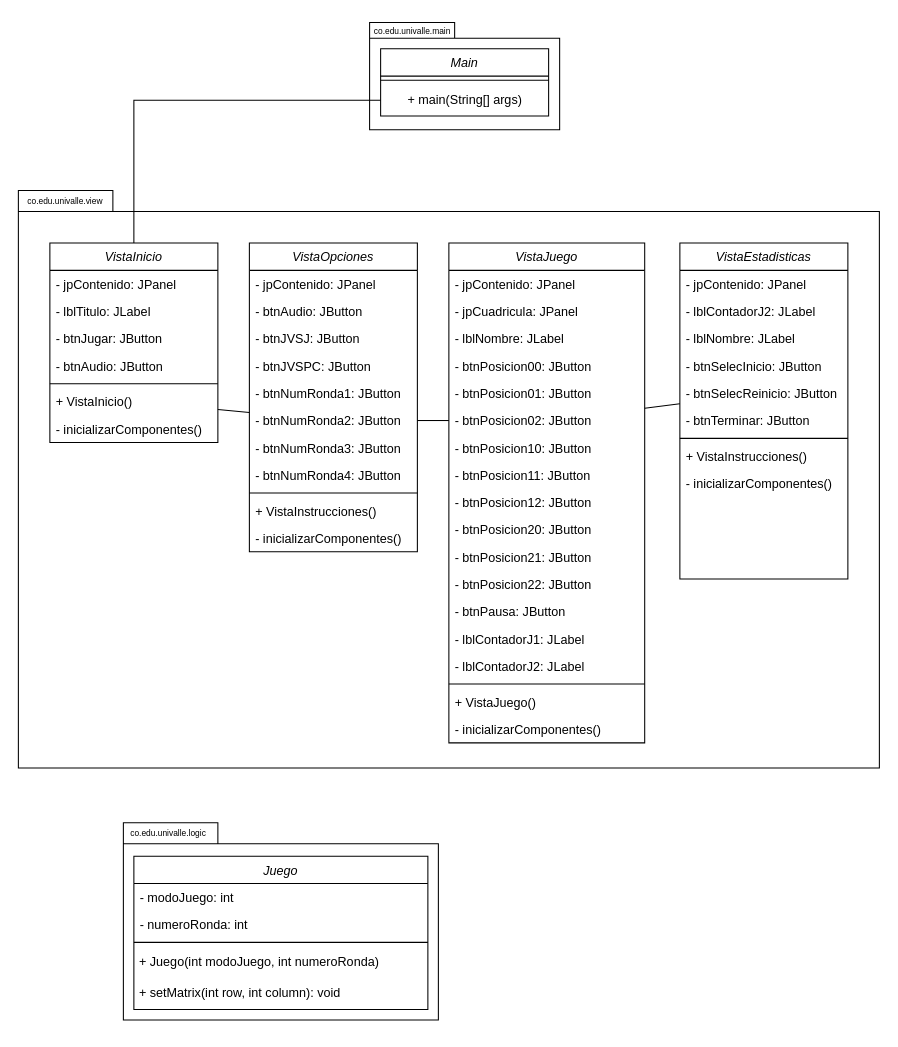
This is Class Diagram - MiniProyecto2FPOE.drawio from puyojulian/MiniProyecto2FPOE, a draw.io file, before an edit. Source tidied: cells renumbered, new cells numbered last; positions are measured from the earlier drawing's top-left corner, leaving out a move shared by most shapes. Both pictures are drawn from the tidied source at 105%, with x=0, y=0 at pixel (18, 18).
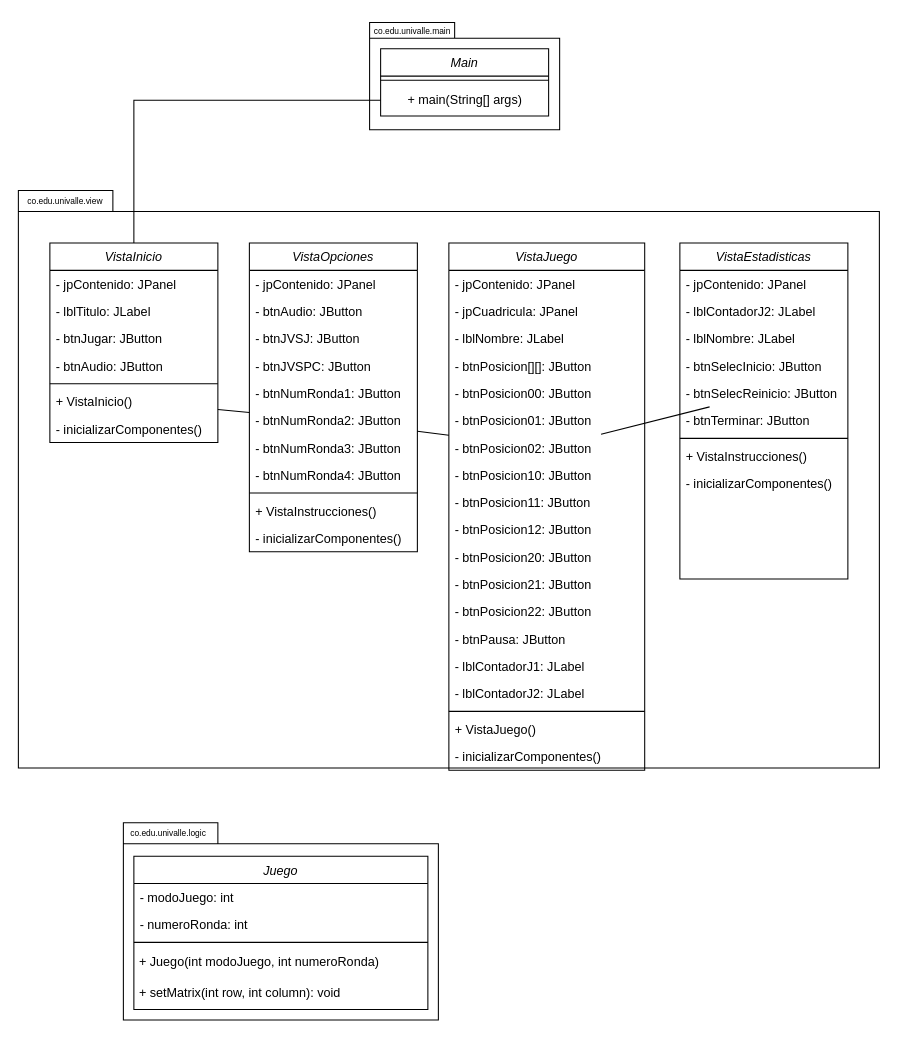
After the change.

Commit message:
Update Class Diagram - Arreglo bidimencional de botones diseñado para reemplazar los botones individuales en VistaJuego.

The edit, as a diff of the source:
```diff
@@
     <mxCell id="34" value="VistaJuego" style="swimlane;fontStyle=2;align=center;verticalAlign=top;horizontal=1;startSize=26;rounded=0;shadow=0;strokeWidth=1;" parent="1" vertex="1">
-      <mxGeometry x="410" y="214" width="186.5" height="476" as="geometry" />
+      <mxGeometry x="410" y="214" width="186.5" height="502" as="geometry" />
     </mxCell>
@@
+    <mxCell id="71" value="- btnPosicion[][]: JButton" style="text;align=left;verticalAlign=top;spacingLeft=4;spacingRight=4;overflow=hidden;rounded=0;shadow=0;html=0;" parent="34" vertex="1">
+      <mxGeometry y="104" width="186.5" height="26" as="geometry" />
+    </mxCell>
     <mxCell id="38" value="- btnPosicion00: JButton" style="text;align=left;verticalAlign=top;spacingLeft=4;spacingRight=4;overflow=hidden;rounded=0;shadow=0;html=0;" parent="34" vertex="1">
-      <mxGeometry y="104" width="186.5" height="26" as="geometry" />
+      <mxGeometry y="130" width="186.5" height="26" as="geometry" />
     </mxCell>
     <mxCell id="39" value="- btnPosicion01: JButton" style="text;align=left;verticalAlign=top;spacingLeft=4;spacingRight=4;overflow=hidden;rounded=0;shadow=0;html=0;" parent="34" vertex="1">
-      <mxGeometry y="130" width="186.5" height="26" as="geometry" />
+      <mxGeometry y="156" width="186.5" height="26" as="geometry" />
     </mxCell>
     <mxCell id="40" value="- btnPosicion02: JButton" style="text;align=left;verticalAlign=top;spacingLeft=4;spacingRight=4;overflow=hidden;points=[[0,0.5],[1,0.5]];portConstraint=eastwest;rounded=0;shadow=0;html=0;" parent="34" vertex="1">
-      <mxGeometry y="156" width="186.5" height="26" as="geometry" />
+      <mxGeometry y="182" width="186.5" height="26" as="geometry" />
     </mxCell>
     <mxCell id="41" value="- btnPosicion10: JButton" style="text;align=left;verticalAlign=top;spacingLeft=4;spacingRight=4;overflow=hidden;rounded=0;shadow=0;html=0;" parent="34" vertex="1">
-      <mxGeometry y="182" width="186.5" height="26" as="geometry" />
+      <mxGeometry y="208" width="186.5" height="26" as="geometry" />
     </mxCell>
     <mxCell id="42" value="- btnPosicion11: JButton" style="text;align=left;verticalAlign=top;spacingLeft=4;spacingRight=4;overflow=hidden;rounded=0;shadow=0;html=0;" parent="34" vertex="1">
-      <mxGeometry y="208" width="186.5" height="26" as="geometry" />
+      <mxGeometry y="234" width="186.5" height="26" as="geometry" />
     </mxCell>
     <mxCell id="43" value="- btnPosicion12: JButton" style="text;align=left;verticalAlign=top;spacingLeft=4;spacingRight=4;overflow=hidden;rounded=0;shadow=0;html=0;" parent="34" vertex="1">
-      <mxGeometry y="234" width="186.5" height="26" as="geometry" />
+      <mxGeometry y="260" width="186.5" height="26" as="geometry" />
     </mxCell>
     <mxCell id="44" value="- btnPosicion20: JButton" style="text;align=left;verticalAlign=top;spacingLeft=4;spacingRight=4;overflow=hidden;rounded=0;shadow=0;html=0;" parent="34" vertex="1">
-      <mxGeometry y="260" width="186.5" height="26" as="geometry" />
+      <mxGeometry y="286" width="186.5" height="26" as="geometry" />
     </mxCell>
     <mxCell id="45" value="- btnPosicion21: JButton" style="text;align=left;verticalAlign=top;spacingLeft=4;spacingRight=4;overflow=hidden;rounded=0;shadow=0;html=0;" parent="34" vertex="1">
-      <mxGeometry y="286" width="186.5" height="26" as="geometry" />
+      <mxGeometry y="312" width="186.5" height="26" as="geometry" />
     </mxCell>
     <mxCell id="46" value="- btnPosicion22: JButton" style="text;align=left;verticalAlign=top;spacingLeft=4;spacingRight=4;overflow=hidden;rounded=0;shadow=0;html=0;" parent="34" vertex="1">
-      <mxGeometry y="312" width="186.5" height="26" as="geometry" />
+      <mxGeometry y="338" width="186.5" height="26" as="geometry" />
     </mxCell>
     <mxCell id="47" value="- btnPausa: JButton" style="text;align=left;verticalAlign=top;spacingLeft=4;spacingRight=4;overflow=hidden;rounded=0;shadow=0;html=0;" parent="34" vertex="1">
-      <mxGeometry y="338" width="186.5" height="26" as="geometry" />
+      <mxGeometry y="364" width="186.5" height="26" as="geometry" />
     </mxCell>
     <mxCell id="48" value="- lblContadorJ1: JLabel" style="text;align=left;verticalAlign=top;spacingLeft=4;spacingRight=4;overflow=hidden;" parent="34" vertex="1">
-      <mxGeometry y="364" width="186.5" height="26" as="geometry" />
+      <mxGeometry y="390" width="186.5" height="26" as="geometry" />
     </mxCell>
     <mxCell id="49" value="- lblContadorJ2: JLabel" style="text;align=left;verticalAlign=top;spacingLeft=4;spacingRight=4;overflow=hidden;" parent="34" vertex="1">
-      <mxGeometry y="390" width="186.5" height="26" as="geometry" />
+      <mxGeometry y="416" width="186.5" height="26" as="geometry" />
     </mxCell>
     <mxCell id="50" style="line;html=1;strokeWidth=1;align=left;verticalAlign=middle;spacingTop=-1;spacingLeft=3;spacingRight=3;labelPosition=right;" parent="34" vertex="1">
-      <mxGeometry y="416" width="186.5" height="8" as="geometry" />
+      <mxGeometry y="442" width="186.5" height="8" as="geometry" />
     </mxCell>
     <mxCell id="51" value="+ VistaJuego()" style="text;align=left;verticalAlign=top;spacingLeft=4;spacingRight=4;overflow=hidden;" parent="34" vertex="1">
-      <mxGeometry y="424" width="186.5" height="26" as="geometry" />
+      <mxGeometry y="450" width="186.5" height="26" as="geometry" />
     </mxCell>
     <mxCell id="52" value="- inicializarComponentes()" style="text;align=left;verticalAlign=top;spacingLeft=4;spacingRight=4;overflow=hidden;" parent="34" vertex="1">
-      <mxGeometry y="450" width="186.5" height="26" as="geometry" />
+      <mxGeometry y="476" width="186.5" height="26" as="geometry" />
     </mxCell>
```
